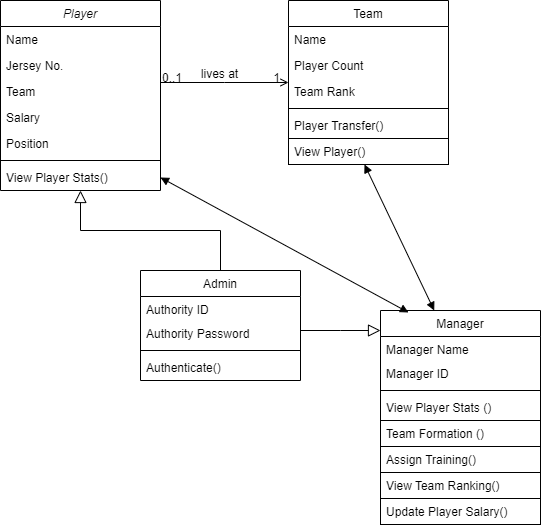
OmkarGambhir/FootyField keeps this draw.io diagram as Untitled Diagram.drawio.png. Above is the earlier version. Source tidied: cells renumbered, new cells last; positions are measured from the earlier drawing's top-left corner, leaving out a move shared by most shapes.
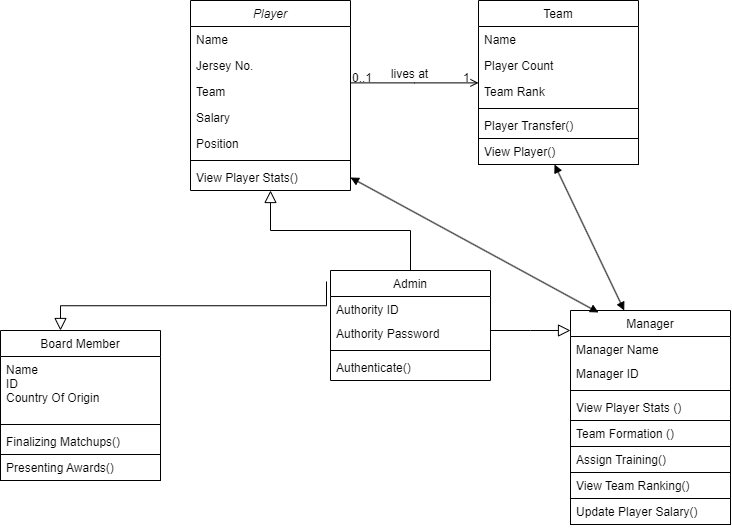
Later version of the same file.

Diff of the diagram source:
```diff
@@ -124,5 +124,25 @@
     <mxCell id="38" style="endArrow=block;startArrow=block;endFill=1;startFill=1;html=1;rounded=0;elbow=vertical;exitX=1;exitY=0.5;exitDx=0;exitDy=0;entryX=0.175;entryY=0.018;entryDx=0;entryDy=0;entryPerimeter=0;" parent="1" edge="1" source="9" target="27">
       <mxGeometry relative="1" as="geometry" />
     </mxCell>
+    <mxCell id="39" value="Board Member" style="swimlane;fontStyle=0;align=center;verticalAlign=top;horizontal=1;startSize=26;strokeColor=default;fillColor=none;" parent="1" vertex="1">
+      <mxGeometry x="-190" y="330" width="160" height="124" as="geometry" />
+    </mxCell>
+    <mxCell id="40" value="Name&#10;ID&#10;Country Of Origin" style="text;strokeColor=none;fillColor=none;align=left;verticalAlign=top;spacingLeft=4;spacingRight=4;overflow=hidden;" parent="39" vertex="1">
+      <mxGeometry y="26" width="160" height="64" as="geometry" />
+    </mxCell>
+    <mxCell id="41" style="line;strokeWidth=1;fillColor=none;align=left;verticalAlign=middle;spacingTop=-1;spacingLeft=3;spacingRight=3;labelPosition=right;strokeColor=inherit;" parent="39" vertex="1">
+      <mxGeometry y="90" width="160" height="8" as="geometry" />
+    </mxCell>
+    <mxCell id="42" value="Finalizing Matchups()" style="text;strokeColor=none;fillColor=none;align=left;verticalAlign=top;spacingLeft=4;spacingRight=4;overflow=hidden;" parent="39" vertex="1">
+      <mxGeometry y="98" width="160" height="26" as="geometry" />
+    </mxCell>
+    <mxCell id="43" value="Presenting Awards()" style="text;strokeColor=default;fillColor=none;align=left;verticalAlign=top;spacingLeft=4;spacingRight=4;overflow=hidden;" parent="1" vertex="1">
+      <mxGeometry x="-190" y="454" width="160" height="26" as="geometry" />
+    </mxCell>
+    <mxCell id="44" style="endArrow=block;endSize=10;endFill=0;shadow=0;strokeWidth=1;rounded=0;edgeStyle=elbowEdgeStyle;elbow=vertical;exitX=-0.025;exitY=0.1;exitDx=0;exitDy=0;exitPerimeter=0;" parent="1" edge="1" source="10">
+      <mxGeometry relative="1" as="geometry">
+        <mxPoint x="-130" y="330" as="targetPoint" />
+      </mxGeometry>
+    </mxCell>
   </root>
 </mxGraphModel>
```
